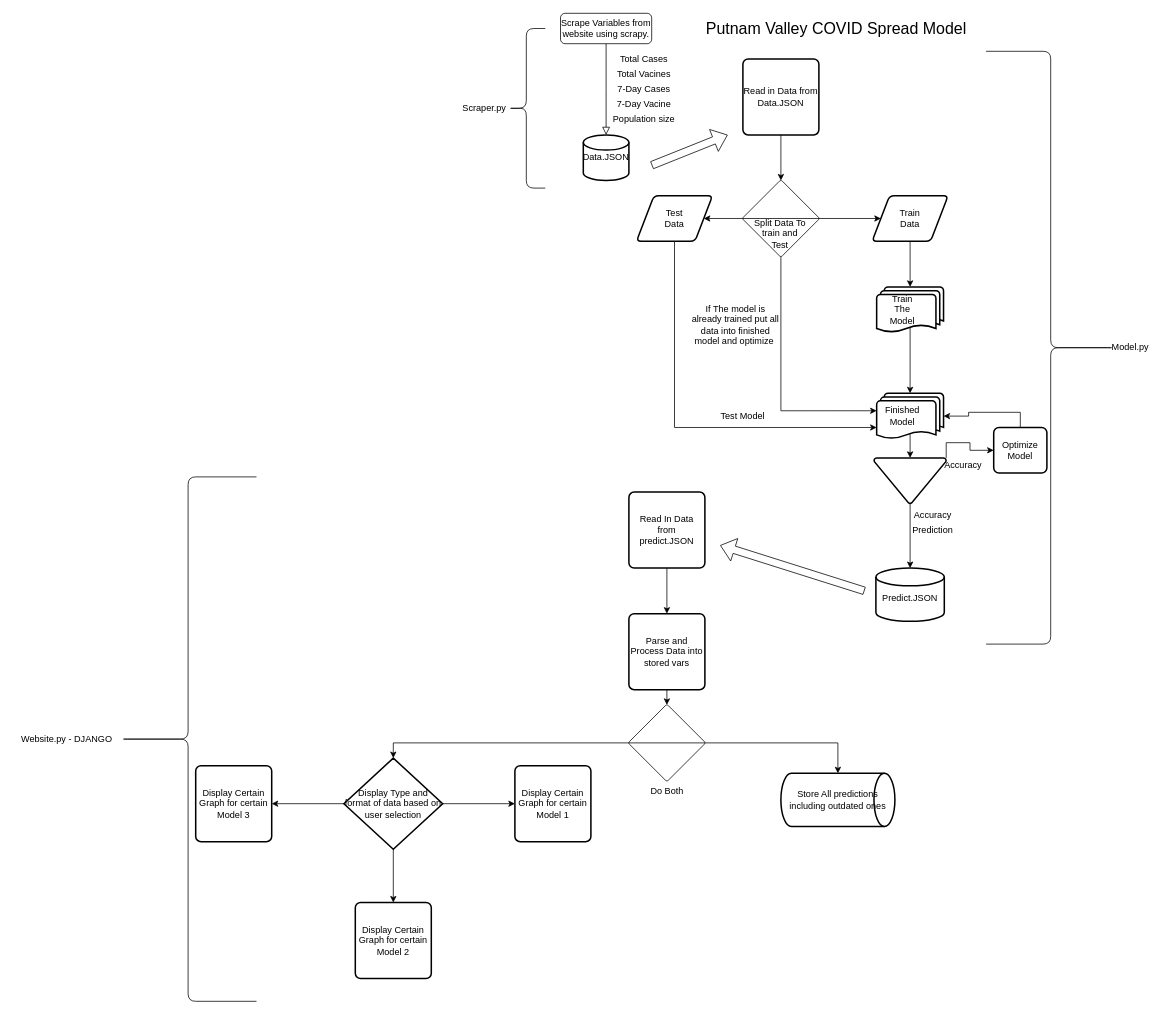
Asabs18/COVID-19-Predictor keeps this draw.io diagram as Planning/DRAWIOPLAN.drawio. Above is the earlier version. Source tidied: cells renumbered, new cells numbered last; positions are measured from the earlier drawing's top-left corner, leaving out a move shared by most shapes. Both pictures are drawn from the tidied source at 76%, with x=0, y=0 at pixel (13, 13).
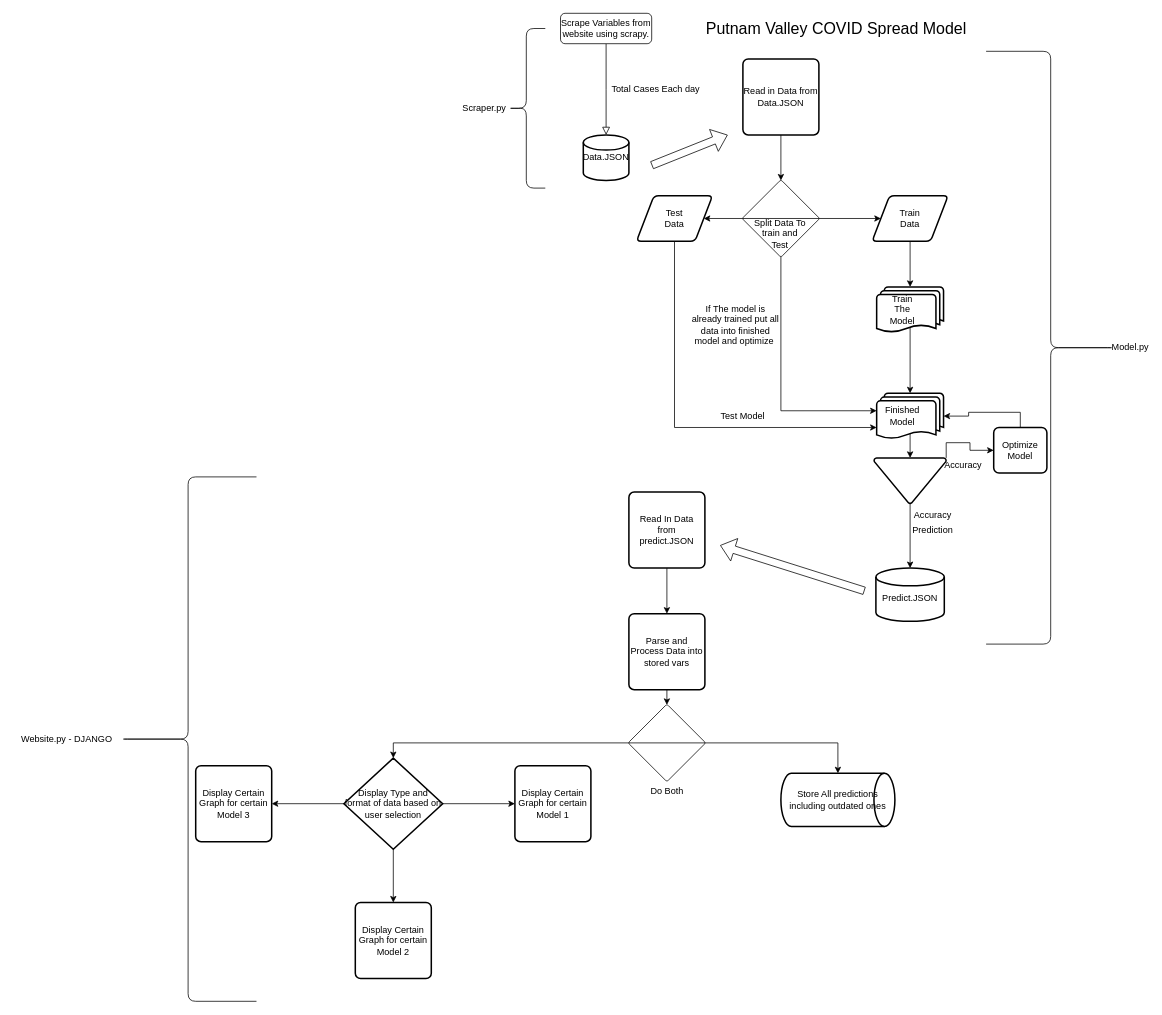
Above is the later version.

Diff of the diagram source:
```diff
@@
-    <mxCell id="5" value="Total Cases" style="text;html=1;strokeColor=none;fillColor=none;align=center;verticalAlign=middle;whiteSpace=wrap;rounded=0;" parent="1" vertex="1">
-      <mxGeometry x="780" y="50" width="100" height="20" as="geometry" />
-    </mxCell>
-    <mxCell id="6" value="Total Vacines" style="text;html=1;strokeColor=none;fillColor=none;align=center;verticalAlign=middle;whiteSpace=wrap;rounded=0;" parent="1" vertex="1">
-      <mxGeometry x="780" y="70" width="100" height="20" as="geometry" />
-    </mxCell>
-    <mxCell id="7" value="7-Day Cases" style="text;html=1;strokeColor=none;fillColor=none;align=center;verticalAlign=middle;whiteSpace=wrap;rounded=0;" parent="1" vertex="1">
-      <mxGeometry x="780" y="90" width="100" height="20" as="geometry" />
-    </mxCell>
-    <mxCell id="8" value="7-Day Vacine" style="text;html=1;strokeColor=none;fillColor=none;align=center;verticalAlign=middle;whiteSpace=wrap;rounded=0;" parent="1" vertex="1">
-      <mxGeometry x="780" y="110" width="100" height="20" as="geometry" />
-    </mxCell>
-    <mxCell id="9" value="Population size" style="text;html=1;strokeColor=none;fillColor=none;align=center;verticalAlign=middle;whiteSpace=wrap;rounded=0;" parent="1" vertex="1">
-      <mxGeometry x="780" y="130" width="100" height="20" as="geometry" />
-    </mxCell>
@@
+    <mxCell id="67" value="Total Cases Each day" style="text;html=1;align=center;verticalAlign=middle;" parent="1" vertex="1">
+      <mxGeometry x="780" y="90" width="130" height="20" as="geometry" />
+    </mxCell>
```
